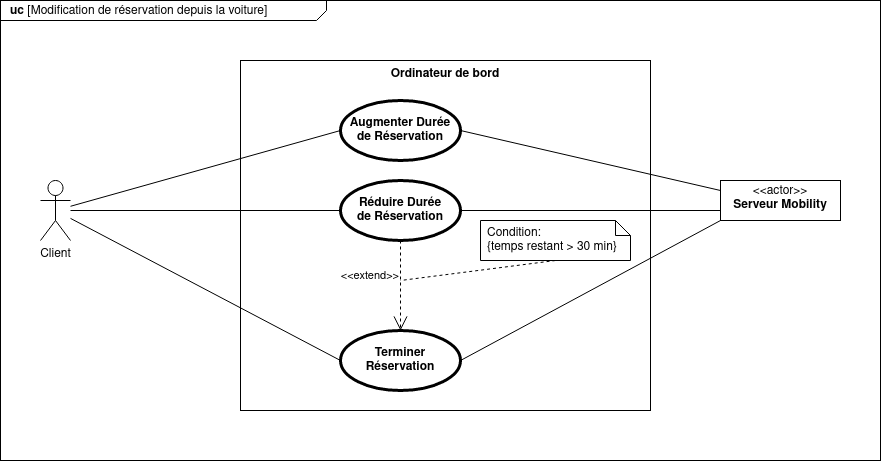
Before: diagrammes/uc-modifier_reservation.png, a diagram exported from draw.io (Dalker/ISI-mobility). Source tidied: cells renumbered, new cells last; positions are measured from the earlier drawing's top-left corner, leaving out a move shared by most shapes.
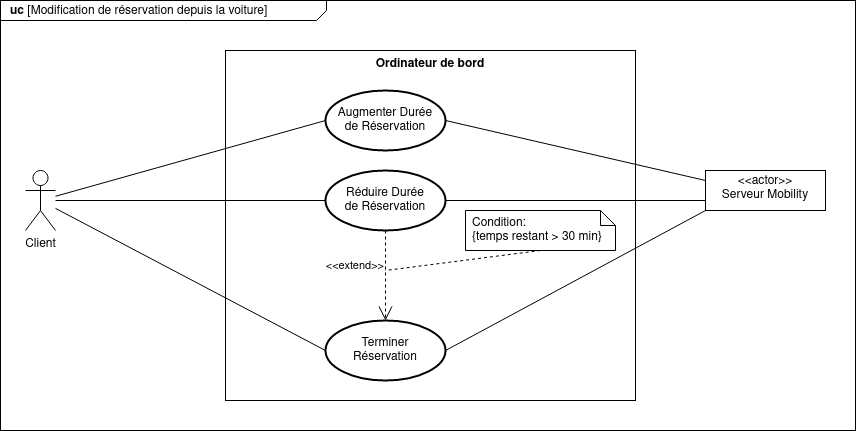
Later version of the same file.

Change to the diagram source:
```diff
@@ -3,7 +3,7 @@
     <mxCell id="0" />
     <mxCell id="1" parent="0" />
     <mxCell id="2" value="&lt;p style=&quot;margin: 0px ; margin-top: 4px ; margin-left: 10px ; text-align: left&quot;&gt;&lt;b&gt;uc &lt;/b&gt;[Modification de réservation depuis la voiture]&lt;/p&gt;" style="html=1;shape=mxgraph.sysml.package;xSize=90;align=left;spacingLeft=10;overflow=fill;strokeWidth=1;labelX=326;" parent="1" vertex="1">
-      <mxGeometry width="880" height="460" as="geometry" />
+      <mxGeometry x="15" y="10" width="855" height="430" as="geometry" />
     </mxCell>
     <mxCell id="3" value="Ordinateur de bord" style="shape=rect;html=1;verticalAlign=top;fontStyle=1;whiteSpace=wrap;align=center;" parent="1" vertex="1">
       <mxGeometry x="240" y="60" width="410" height="350" as="geometry" />
@@ -14,13 +14,13 @@
     <mxCell id="5" style="edgeStyle=none;html=1;endArrow=none;verticalAlign=bottom;entryX=0;entryY=0.5;entryDx=0;entryDy=0;" parent="1" edge="1" source="4" target="6">
       <mxGeometry relative="1" as="geometry" />
     </mxCell>
-    <mxCell id="6" value="&lt;div&gt;Augmenter Durée&lt;br&gt;&lt;/div&gt;&lt;div&gt;de Réservation&lt;br&gt;&lt;/div&gt;" style="shape=ellipse;html=1;strokeWidth=3;fontStyle=1;whiteSpace=wrap;align=center;perimeter=ellipsePerimeter;" parent="1" vertex="1">
+    <mxCell id="6" value="&lt;div&gt;Augmenter Durée&lt;br&gt;&lt;/div&gt;&lt;div&gt;de Réservation&lt;br&gt;&lt;/div&gt;" style="shape=ellipse;html=1;strokeWidth=2;fontStyle=0;whiteSpace=wrap;align=center;perimeter=ellipsePerimeter;" parent="1" vertex="1">
       <mxGeometry x="340" y="100" width="120" height="60" as="geometry" />
     </mxCell>
-    <mxCell id="7" value="&lt;div&gt;Réduire Durée&lt;/div&gt;&lt;div&gt;de Réservation&lt;br&gt;&lt;/div&gt;" style="shape=ellipse;html=1;strokeWidth=3;fontStyle=1;whiteSpace=wrap;align=center;perimeter=ellipsePerimeter;" parent="1" vertex="1">
+    <mxCell id="7" value="&lt;div&gt;Réduire Durée&lt;/div&gt;&lt;div&gt;de Réservation&lt;br&gt;&lt;/div&gt;" style="shape=ellipse;html=1;strokeWidth=2;fontStyle=0;whiteSpace=wrap;align=center;perimeter=ellipsePerimeter;" parent="1" vertex="1">
       <mxGeometry x="340" y="180" width="120" height="60" as="geometry" />
     </mxCell>
-    <mxCell id="8" value="&lt;div&gt;Terminer&lt;/div&gt;&lt;div&gt;Réservation&lt;br&gt;&lt;/div&gt;" style="shape=ellipse;html=1;strokeWidth=3;fontStyle=1;whiteSpace=wrap;align=center;perimeter=ellipsePerimeter;" parent="1" vertex="1">
+    <mxCell id="8" value="&lt;div&gt;Terminer&lt;/div&gt;&lt;div&gt;Réservation&lt;br&gt;&lt;/div&gt;" style="shape=ellipse;html=1;strokeWidth=2;fontStyle=0;whiteSpace=wrap;align=center;perimeter=ellipsePerimeter;" parent="1" vertex="1">
       <mxGeometry x="340" y="330" width="120" height="60" as="geometry" />
     </mxCell>
     <mxCell id="9" style="edgeStyle=none;html=1;endArrow=none;verticalAlign=bottom;entryX=0;entryY=0.5;entryDx=0;entryDy=0;" parent="1" edge="1" source="4" target="7">
@@ -42,7 +42,7 @@
         <mxPoint x="400" y="280" as="targetPoint" />
       </mxGeometry>
     </mxCell>
-    <mxCell id="14" value="&lt;p style=&quot;margin: 0px ; margin-top: 4px ; text-align: center&quot;&gt;&amp;lt;&amp;lt;actor&amp;gt;&amp;gt;&lt;br&gt;&lt;b&gt;Serveur Mobility&lt;/b&gt;&lt;/p&gt;" style="shape=rect;html=1;overflow=fill;html=1;whiteSpace=wrap;align=center;" parent="1" vertex="1">
+    <mxCell id="14" value="&lt;p style=&quot;margin: 0px ; margin-top: 4px ; text-align: center&quot;&gt;&amp;lt;&amp;lt;actor&amp;gt;&amp;gt;&lt;br&gt;Serveur Mobility&lt;/p&gt;" style="shape=rect;html=1;overflow=fill;html=1;whiteSpace=wrap;align=center;" parent="1" vertex="1">
       <mxGeometry x="720" y="180" width="120" height="40" as="geometry" />
     </mxCell>
     <mxCell id="15" style="edgeStyle=none;html=1;endArrow=none;verticalAlign=bottom;entryX=0;entryY=0.25;entryDx=0;entryDy=0;exitX=1;exitY=0.5;exitDx=0;exitDy=0;" parent="1" edge="1" source="6" target="14">
```
